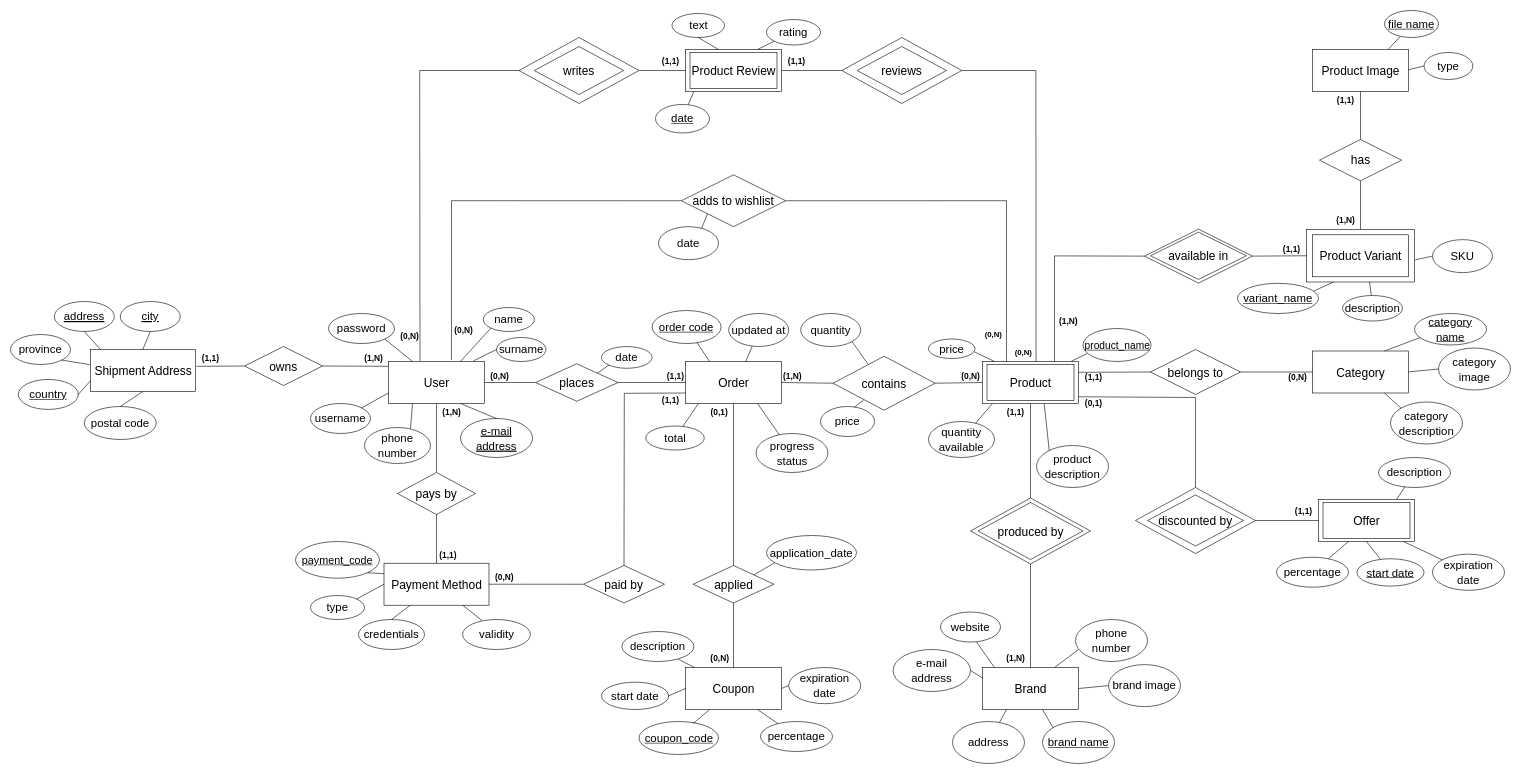
The draw.io diagram documentation/database/ER.drawio in Tecnologie-Del-Web/Project, before the edit. Source tidied: cells renumbered, new cells numbered last; positions are measured from the earlier drawing's top-left corner, leaving out a move shared by most shapes. Both pictures are drawn from the tidied source at 60%, with x=0, y=0 at pixel (10, 10).
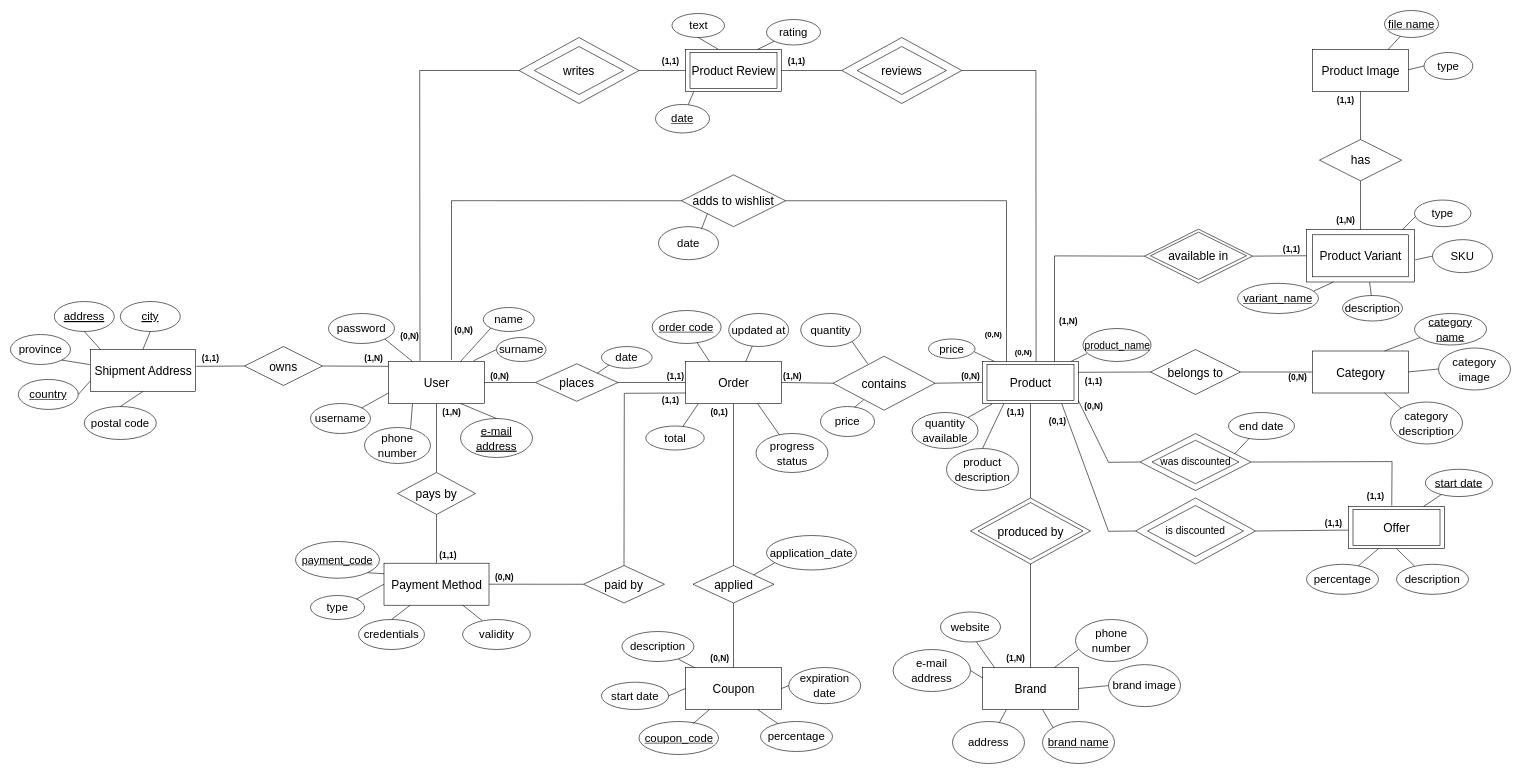
The same diagram, later.

Unchanged cells that the change refers to:
```xml
<mxCell id="6" value="&lt;font style=&quot;font-size: 20px;&quot;&gt;Product&lt;/font&gt;" style="html=1;dashed=0;whitespace=wrap;" parent="1" vertex="1">
  <mxGeometry x="1620" y="585" width="160" height="70" as="geometry" />
</mxCell>
<mxCell id="131" value="&lt;font style=&quot;font-size: 14px;&quot;&gt;&lt;b&gt;(1,1)&lt;/b&gt;&lt;/font&gt;" style="text;html=1;align=center;verticalAlign=middle;points=[];strokeColor=none;fillColor=none;" parent="1" vertex="1">
  <mxGeometry x="1650" y="655" width="50" height="30" as="geometry" />
</mxCell>
```

Change to the diagram source:
```diff
@@
+    <mxCell id="201" style="rhombus;whiteSpace=wrap;html=1;fillColor=none;gradientColor=default;" parent="1" vertex="1">
+      <mxGeometry x="1882.5" y="705.1" width="185" height="94.9" as="geometry" />
+    </mxCell>
+    <mxCell id="199" style="rhombus;whiteSpace=wrap;html=1;fillColor=none;gradientColor=default;" parent="1" vertex="1">
+      <mxGeometry x="1875" y="812.5" width="200" height="110" as="geometry" />
+    </mxCell>
@@
     <mxCell id="25" value="&lt;font style=&quot;font-size: 19px;&quot;&gt;product&lt;br&gt;description&lt;/font&gt;" style="ellipse;whiteSpace=wrap;html=1;fontSize=20;" parent="1" vertex="1">
-      <mxGeometry x="1710" y="725" width="120" height="70" as="geometry" />
+      <mxGeometry x="1560" y="730" width="120" height="70" as="geometry" />
     </mxCell>
     <mxCell id="26" value="&lt;font style=&quot;font-size: 19px;&quot;&gt;quantity available&lt;/font&gt;" style="ellipse;whiteSpace=wrap;html=1;fontSize=20;" parent="1" vertex="1">
-      <mxGeometry x="1530" y="685" width="110" height="60" as="geometry" />
+      <mxGeometry x="1502.5" y="670" width="110" height="60" as="geometry" />
     </mxCell>
@@
     <mxCell id="95" value="&lt;font style=&quot;font-size: 20px;&quot;&gt;Offer&lt;/font&gt;" style="html=1;dashed=0;whitespace=wrap;" parent="1" vertex="1">
-      <mxGeometry x="2180" y="815" width="160" height="70" as="geometry" />
+      <mxGeometry x="2230" y="826.8" width="160" height="70" as="geometry" />
     </mxCell>
     <mxCell id="96" value="&lt;font style=&quot;font-size: 19px;&quot;&gt;description&lt;/font&gt;" style="ellipse;whiteSpace=wrap;html=1;fontSize=20;" parent="1" vertex="1">
-      <mxGeometry x="2280" y="745" width="120" height="50" as="geometry" />
+      <mxGeometry x="2310" y="923" width="120" height="50" as="geometry" />
     </mxCell>
-    <mxCell id="97" style="endArrow=none;html=1;rounded=0;fontSize=20;" parent="1" edge="1" target="96">
-      <mxGeometry relative="1" as="geometry">
-        <mxPoint x="2310" y="815" as="sourcePoint" />
-      </mxGeometry>
+    <mxCell id="97" style="endArrow=none;html=1;rounded=0;fontSize=20;exitX=0.5;exitY=1;exitDx=0;exitDy=0;entryX=0.248;entryY=0.056;entryDx=0;entryDy=0;entryPerimeter=0;" parent="1" edge="1" source="95" target="96">
+      <mxGeometry relative="1" as="geometry" />
     </mxCell>
-    <mxCell id="98" style="endArrow=none;html=1;rounded=0;fontSize=20;exitX=0.643;exitY=1.01;exitDx=0;exitDy=0;exitPerimeter=0;entryX=0.177;entryY=0.121;entryDx=0;entryDy=0;entryPerimeter=0;" parent="1" edge="1" source="6" target="25">
+    <mxCell id="98" style="endArrow=none;html=1;rounded=0;fontSize=20;exitX=0.109;exitY=0.021;exitDx=0;exitDy=0;exitPerimeter=0;entryX=0.5;entryY=0;entryDx=0;entryDy=0;" parent="1" edge="1" source="131" target="25">
       <mxGeometry relative="1" as="geometry" />
     </mxCell>
-    <mxCell id="99" value="&lt;font style=&quot;font-size: 20px;&quot;&gt;discounted by&lt;/font&gt;" style="shape=rhombus;perimeter=rhombusPerimeter;whiteSpace=wrap;html=1;align=center;" parent="1" vertex="1">
-      <mxGeometry x="1895" y="807.5" width="160" height="85" as="geometry" />
+    <mxCell id="99" value="&lt;font style=&quot;font-size: 17px;&quot;&gt;is discounted&lt;/font&gt;" style="shape=rhombus;perimeter=rhombusPerimeter;whiteSpace=wrap;html=1;align=center;" parent="1" vertex="1">
+      <mxGeometry x="1895" y="825" width="160" height="85" as="geometry" />
     </mxCell>
-    <mxCell id="100" style="endArrow=none;html=1;rounded=0;fontSize=20;entryX=1.002;entryY=0.84;entryDx=0;entryDy=0;exitX=0.5;exitY=0;exitDx=0;exitDy=0;entryPerimeter=0;" parent="1" edge="1" source="199" target="6">
+    <mxCell id="100" style="endArrow=none;html=1;rounded=0;fontSize=20;exitX=0;exitY=0.5;exitDx=0;exitDy=0;" parent="1" edge="1" source="199">
       <mxGeometry relative="1" as="geometry">
+        <mxPoint x="1752" y="655" as="targetPoint" />
         <Array as="points">
-          <mxPoint x="1975" y="645" />
+          <mxPoint x="1830" y="868" />
         </Array>
       </mxGeometry>
     </mxCell>
-    <mxCell id="101" style="endArrow=none;html=1;rounded=0;fontSize=20;entryX=1;entryY=0.5;entryDx=0;entryDy=0;exitX=0;exitY=0.5;exitDx=0;exitDy=0;" parent="1" edge="1" source="95" target="199">
+    <mxCell id="101" style="endArrow=none;html=1;rounded=0;fontSize=20;entryX=1;entryY=0.5;entryDx=0;entryDy=0;exitX=-0.005;exitY=0.56;exitDx=0;exitDy=0;exitPerimeter=0;" parent="1" edge="1" source="95" target="199">
       <mxGeometry relative="1" as="geometry" />
     </mxCell>
     <mxCell id="102" value="&lt;font style=&quot;font-size: 19px;&quot;&gt;percentage&lt;/font&gt;" style="ellipse;whiteSpace=wrap;html=1;fontSize=20;" parent="1" vertex="1">
-      <mxGeometry x="2110" y="911.2" width="120" height="50" as="geometry" />
+      <mxGeometry x="2160" y="923" width="120" height="50" as="geometry" />
     </mxCell>
     <mxCell id="103" style="endArrow=none;html=1;rounded=0;fontSize=20;exitX=0.75;exitY=1;exitDx=0;exitDy=0;" parent="1" edge="1" target="102">
       <mxGeometry relative="1" as="geometry">
-        <mxPoint x="2230" y="885" as="sourcePoint" />
+        <mxPoint x="2280" y="896.8" as="sourcePoint" />
       </mxGeometry>
     </mxCell>
-    <mxCell id="104" value="&lt;font style=&quot;font-size: 19px;&quot;&gt;expiration date&lt;/font&gt;" style="ellipse;whiteSpace=wrap;html=1;fontSize=20;" parent="1" vertex="1">
-      <mxGeometry x="2370" y="906.1" width="120" height="60.3" as="geometry" />
+    <mxCell id="104" value="&lt;font style=&quot;font-size: 19px;&quot;&gt;end date&lt;/font&gt;" style="ellipse;whiteSpace=wrap;html=1;fontSize=20;" parent="1" vertex="1">
+      <mxGeometry x="2030" y="670" width="110" height="45" as="geometry" />
     </mxCell>
-    <mxCell id="105" style="endArrow=none;html=1;rounded=0;fontSize=20;exitX=0.887;exitY=1.002;exitDx=0;exitDy=0;exitPerimeter=0;" parent="1" edge="1" source="95" target="104">
+    <mxCell id="105" style="endArrow=none;html=1;rounded=0;fontSize=20;entryX=0.318;entryY=0.945;entryDx=0;entryDy=0;entryPerimeter=0;exitX=0.852;exitY=0.357;exitDx=0;exitDy=0;exitPerimeter=0;" parent="1" edge="1" source="201" target="104">
       <mxGeometry relative="1" as="geometry" />
     </mxCell>
-    <mxCell id="106" value="&lt;font style=&quot;font-size: 19px;&quot;&gt;&lt;u&gt;start date&lt;/u&gt;&lt;/font&gt;" style="ellipse;whiteSpace=wrap;html=1;fontSize=20;" parent="1" vertex="1">
-      <mxGeometry x="2244" y="913.8" width="111.9" height="45.5" as="geometry" />
-    </mxCell>
-    <mxCell id="107" style="endArrow=none;html=1;rounded=0;fontSize=20;exitX=0.5;exitY=1;exitDx=0;exitDy=0;" parent="1" edge="1" source="95" target="106">
-      <mxGeometry relative="1" as="geometry" />
-    </mxCell>
@@
     <mxCell id="133" value="&lt;font style=&quot;font-size: 14px;&quot;&gt;&lt;b&gt;(0,1)&lt;/b&gt;&lt;/font&gt;" style="text;html=1;align=center;verticalAlign=middle;strokeColor=none;fillColor=none;" parent="1" vertex="1">
-      <mxGeometry x="1780" y="640" width="50" height="30" as="geometry" />
+      <mxGeometry x="1720" y="670" width="50" height="30" as="geometry" />
     </mxCell>
     <mxCell id="134" value="&lt;font style=&quot;font-size: 14px;&quot;&gt;&lt;b&gt;(1,1)&lt;/b&gt;&lt;/font&gt;" style="text;html=1;align=center;verticalAlign=middle;strokeColor=none;fillColor=none;" parent="1" vertex="1">
-      <mxGeometry x="2130" y="820" width="50" height="30" as="geometry" />
+      <mxGeometry x="2180" y="840" width="50" height="30" as="geometry" />
     </mxCell>
     <mxCell id="135" value="&lt;font style=&quot;font-size: 14px;&quot;&gt;&lt;b&gt;(1,1)&lt;/b&gt;&lt;/font&gt;" style="text;html=1;align=center;verticalAlign=middle;strokeColor=none;fillColor=none;" parent="1" vertex="1">
-      <mxGeometry x="1780" y="596.4" width="50" height="30" as="geometry" />
+      <mxGeometry x="1780" y="602.5" width="50" height="30" as="geometry" />
     </mxCell>
@@
-    <mxCell id="199" style="rhombus;whiteSpace=wrap;html=1;fillColor=none;gradientColor=default;" parent="1" vertex="1">
-      <mxGeometry x="1875" y="795" width="200" height="110" as="geometry" />
-    </mxCell>
     <mxCell id="200" style="rounded=0;whiteSpace=wrap;html=1;gradientColor=default;fillColor=none;" parent="1" vertex="1">
-      <mxGeometry x="2187.5" y="820" width="145" height="60" as="geometry" />
+      <mxGeometry x="2237.5" y="831.8" width="145" height="60" as="geometry" />
     </mxCell>
+    <mxCell id="202" value="&lt;span style=&quot;font-size: 19px;&quot;&gt;type&lt;br&gt;&lt;/span&gt;" style="ellipse;whiteSpace=wrap;html=1;fontSize=20;" parent="1" vertex="1">
+      <mxGeometry x="2340" y="315.9" width="94.1" height="44.4" as="geometry" />
+    </mxCell>
+    <mxCell id="203" style="endArrow=none;html=1;rounded=0;entryX=0.014;entryY=0.625;entryDx=0;entryDy=0;entryPerimeter=0;" parent="1" edge="1" target="202">
+      <mxGeometry relative="1" as="geometry">
+        <mxPoint x="2320" y="365" as="sourcePoint" />
+      </mxGeometry>
+    </mxCell>
+    <mxCell id="204" value="&lt;font style=&quot;font-size: 17px;&quot;&gt;was discounted&lt;/font&gt;" style="shape=rhombus;perimeter=rhombusPerimeter;whiteSpace=wrap;html=1;align=center;" parent="1" vertex="1">
+      <mxGeometry x="1902.5" y="716.3" width="145" height="72.4" as="geometry" />
+    </mxCell>
+    <mxCell id="205" style="endArrow=none;html=1;rounded=0;fontSize=20;exitX=0;exitY=0.5;exitDx=0;exitDy=0;entryX=0.999;entryY=0.934;entryDx=0;entryDy=0;entryPerimeter=0;" parent="1" edge="1" source="201" target="6">
+      <mxGeometry relative="1" as="geometry">
+        <Array as="points">
+          <mxPoint x="1830" y="753" />
+        </Array>
+      </mxGeometry>
+    </mxCell>
+    <mxCell id="206" style="endArrow=none;html=1;rounded=0;fontSize=20;exitX=1.042;exitY=1.006;exitDx=0;exitDy=0;entryX=1;entryY=0.5;entryDx=0;entryDy=0;exitPerimeter=0;" parent="1" edge="1" source="207" target="201">
+      <mxGeometry relative="1" as="geometry">
+        <Array as="points">
+          <mxPoint x="2302.6" y="751.8" />
+        </Array>
+      </mxGeometry>
+    </mxCell>
+    <mxCell id="207" value="&lt;font style=&quot;font-size: 14px;&quot;&gt;&lt;b&gt;(1,1)&lt;/b&gt;&lt;/font&gt;" style="text;html=1;align=center;verticalAlign=middle;points=[];strokeColor=none;fillColor=none;" parent="1" vertex="1">
+      <mxGeometry x="2250" y="795" width="50" height="30" as="geometry" />
+    </mxCell>
+    <mxCell id="208" value="&lt;font style=&quot;font-size: 14px;&quot;&gt;&lt;b&gt;(0,N)&lt;/b&gt;&lt;/font&gt;" style="text;html=1;align=center;verticalAlign=middle;strokeColor=none;fillColor=none;" parent="1" vertex="1">
+      <mxGeometry x="1780" y="645" width="50" height="30" as="geometry" />
+    </mxCell>
+    <mxCell id="106" value="&lt;font style=&quot;font-size: 19px;&quot;&gt;&lt;u&gt;start date&lt;/u&gt;&lt;/font&gt;" style="ellipse;whiteSpace=wrap;html=1;fontSize=20;" parent="1" vertex="1">
+      <mxGeometry x="2358.1" y="764.6" width="111.9" height="45.5" as="geometry" />
+    </mxCell>
+    <mxCell id="209" style="endArrow=none;html=1;rounded=0;fontSize=20;exitX=0.824;exitY=0.32;exitDx=0;exitDy=0;exitPerimeter=0;" parent="1" edge="1" target="106">
+      <mxGeometry relative="1" as="geometry">
+        <mxPoint x="2354.9" y="826.8" as="sourcePoint" />
+      </mxGeometry>
+    </mxCell>
```
